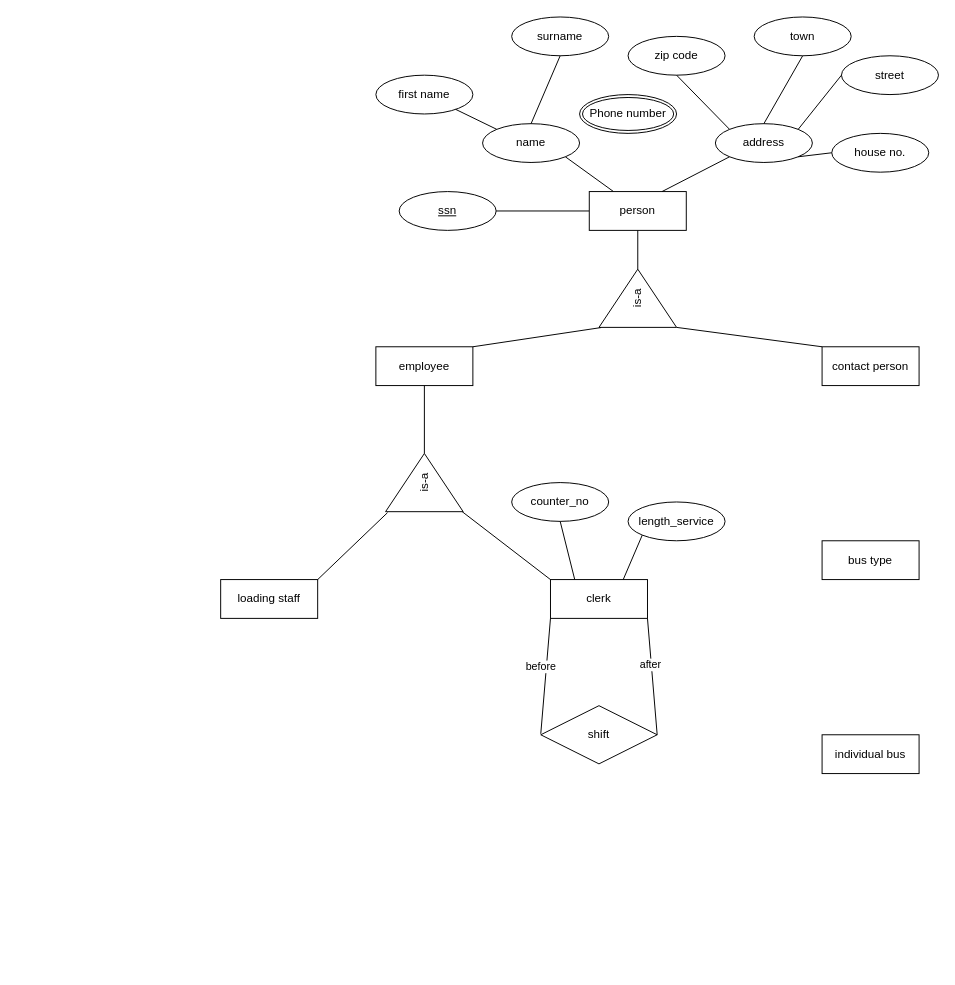
This is ERM project_group 5.drawio from Martinaeht/DBS-Projektgruppe-5_ERM, a draw.io file, before an edit. Source tidied: cells renumbered, new cells numbered last; positions are measured from the earlier drawing's top-left corner, leaving out a move shared by most shapes. Both pictures are drawn from the tidied source at 97%, with x=0, y=0 at pixel (220, 16).
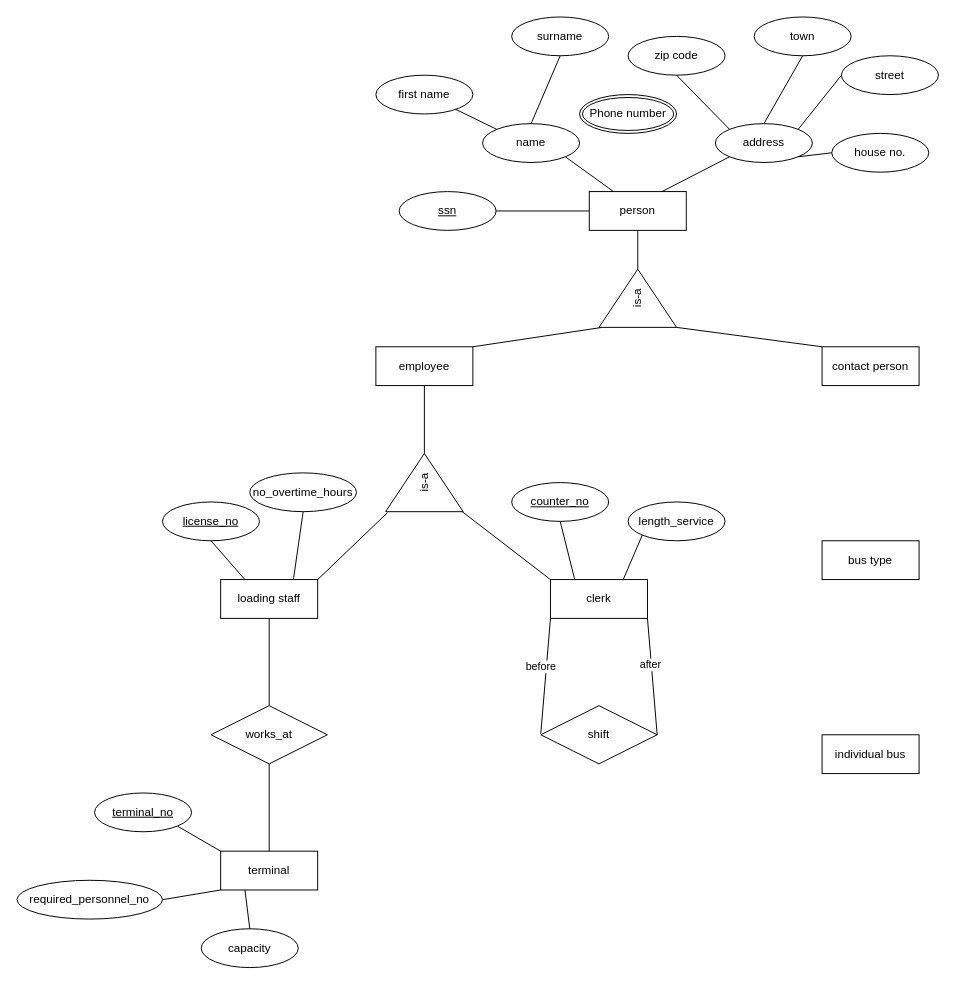
Above is the later version.

Unchanged cells that the change refers to:
```xml
<mxCell id="28" value="loading staff" style="whiteSpace=wrap;html=1;align=center;" parent="1" vertex="1">
  <mxGeometry y="580" width="100" height="40" as="geometry" />
</mxCell>
```

Diff of the diagram source:
```diff
@@
-    <mxCell id="35" value="counter_no" style="ellipse;whiteSpace=wrap;html=1;align=center;" parent="1" vertex="1">
-      <mxGeometry x="300" y="480" width="100" height="40" as="geometry" />
-    </mxCell>
@@
+    <mxCell id="35" value="counter_no" style="ellipse;whiteSpace=wrap;html=1;align=center;fontStyle=4;" parent="1" vertex="1">
+      <mxGeometry x="300" y="480" width="100" height="40" as="geometry" />
+    </mxCell>
+    <mxCell id="45" value="license_no" style="ellipse;whiteSpace=wrap;html=1;align=center;fontStyle=4;" parent="1" vertex="1">
+      <mxGeometry x="-60" y="500" width="100" height="40" as="geometry" />
+    </mxCell>
+    <mxCell id="46" style="endArrow=none;html=1;rounded=0;exitX=0.5;exitY=1;exitDx=0;exitDy=0;entryX=0.25;entryY=0;entryDx=0;entryDy=0;" parent="1" edge="1" source="45" target="28">
+      <mxGeometry relative="1" as="geometry" />
+    </mxCell>
+    <mxCell id="47" value="no_overtime_hours" style="ellipse;whiteSpace=wrap;html=1;align=center;" parent="1" vertex="1">
+      <mxGeometry x="30" y="470" width="110" height="40" as="geometry" />
+    </mxCell>
+    <mxCell id="48" style="endArrow=none;html=1;rounded=0;exitX=0.5;exitY=1;exitDx=0;exitDy=0;entryX=0.75;entryY=0;entryDx=0;entryDy=0;" parent="1" edge="1" source="47" target="28">
+      <mxGeometry relative="1" as="geometry" />
+    </mxCell>
+    <mxCell id="49" value="works_at" style="shape=rhombus;perimeter=rhombusPerimeter;whiteSpace=wrap;html=1;align=center;" parent="1" vertex="1">
+      <mxGeometry x="-10" y="710" width="120" height="60" as="geometry" />
+    </mxCell>
+    <mxCell id="50" value="terminal" style="whiteSpace=wrap;html=1;align=center;" parent="1" vertex="1">
+      <mxGeometry y="860" width="100" height="40" as="geometry" />
+    </mxCell>
+    <mxCell id="51" style="endArrow=none;html=1;rounded=0;exitX=0.5;exitY=1;exitDx=0;exitDy=0;entryX=0.5;entryY=0;entryDx=0;entryDy=0;" parent="1" edge="1" source="28" target="49">
+      <mxGeometry relative="1" as="geometry" />
+    </mxCell>
+    <mxCell id="52" style="endArrow=none;html=1;rounded=0;exitX=0.5;exitY=1;exitDx=0;exitDy=0;entryX=0.5;entryY=0;entryDx=0;entryDy=0;" parent="1" edge="1" source="49" target="50">
+      <mxGeometry relative="1" as="geometry" />
+    </mxCell>
+    <mxCell id="53" value="terminal_no" style="ellipse;whiteSpace=wrap;html=1;align=center;fontStyle=4;" parent="1" vertex="1">
+      <mxGeometry x="-130" y="800" width="100" height="40" as="geometry" />
+    </mxCell>
+    <mxCell id="54" style="endArrow=none;html=1;rounded=0;exitX=1;exitY=1;exitDx=0;exitDy=0;entryX=0;entryY=0;entryDx=0;entryDy=0;" parent="1" edge="1" source="53" target="50">
+      <mxGeometry relative="1" as="geometry" />
+    </mxCell>
+    <mxCell id="55" value="required_personnel_no" style="ellipse;whiteSpace=wrap;html=1;align=center;" parent="1" vertex="1">
+      <mxGeometry x="-210" y="890" width="150" height="40" as="geometry" />
+    </mxCell>
+    <mxCell id="56" style="endArrow=none;html=1;rounded=0;exitX=1;exitY=0.5;exitDx=0;exitDy=0;entryX=0;entryY=1;entryDx=0;entryDy=0;" parent="1" edge="1" source="55" target="50">
+      <mxGeometry relative="1" as="geometry" />
+    </mxCell>
+    <mxCell id="57" value="capacity" style="ellipse;whiteSpace=wrap;html=1;align=center;" parent="1" vertex="1">
+      <mxGeometry x="-20" y="940" width="100" height="40" as="geometry" />
+    </mxCell>
+    <mxCell id="58" style="endArrow=none;html=1;rounded=0;exitX=0.25;exitY=1;exitDx=0;exitDy=0;entryX=0.5;entryY=0;entryDx=0;entryDy=0;" parent="1" edge="1" source="50" target="57">
+      <mxGeometry relative="1" as="geometry" />
+    </mxCell>
```
